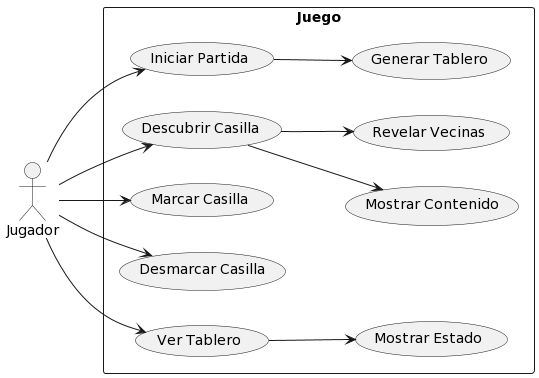
The PlantUML diagram Diagramas/DiagramaCasoUso.png in XIMaxi/Proyecto_Arqui, before a commit.
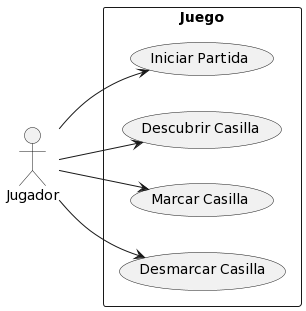
Above is the later version.

Commit message:
actualizacion caso de uso

Diff of the diagram source:
```diff
@@ -7,11 +7,9 @@
   J --> (Descubrir Casilla)
   J --> (Marcar Casilla)
   J --> (Desmarcar Casilla)
-  J --> (Ver Tablero)
-  (Iniciar Partida) --> (Generar Tablero)
-  (Descubrir Casilla) --> (Mostrar Contenido)
-  (Descubrir Casilla) --> (Revelar Vecinas)
+  (Iniciar Partida)
+  (Descubrir Casilla)
+  (Descubrir Casilla)
   (Marcar Casilla)
-  (Ver Tablero) --> (Mostrar Estado)
 }
 @enduml
```
